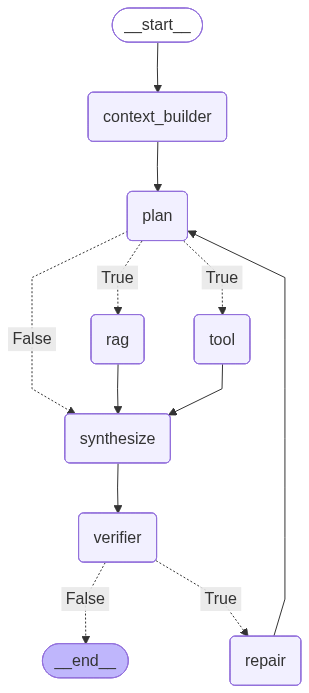
Earlier version of the Mermaid export logging/graphs/agent_graph.png (logansundaram/saturn). Its source is kept beside it as logging/graphs/agent_graph.mmd. Its diagram source:
```mermaid
---
config:
  flowchart:
    curve: linear
---
graph TD;
	__start__([<p>__start__</p>]):::first
	context_builder(context_builder)
	plan(plan)
	rag(rag)
	tool(tool)
	synthesize(synthesize)
	verifier(verifier)
	repair(repair)
	__end__([<p>__end__</p>]):::last
	__start__ --> context_builder;
	context_builder --> plan;
	plan -. &nbsp;True&nbsp; .-> rag;
	plan -. &nbsp;False&nbsp; .-> synthesize;
	plan -. &nbsp;True&nbsp; .-> tool;
	rag --> synthesize;
	repair --> plan;
	synthesize --> verifier;
	tool --> synthesize;
	verifier -. &nbsp;False&nbsp; .-> __end__;
	verifier -. &nbsp;True&nbsp; .-> repair;
	classDef default fill:#f2f0ff,line-height:1.2
	classDef first fill-opacity:0
	classDef last fill:#bfb6fc
```
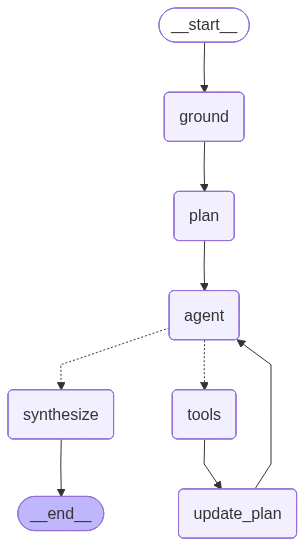
Above is the later version.

Change to the diagram source:
```diff
@@ -5,25 +5,21 @@
 ---
 graph TD;
 	__start__([<p>__start__</p>]):::first
-	context_builder(context_builder)
+	ground(ground)
 	plan(plan)
-	rag(rag)
-	tool(tool)
+	agent(agent)
+	tools(tools)
+	update_plan(update_plan)
 	synthesize(synthesize)
-	verifier(verifier)
-	repair(repair)
 	__end__([<p>__end__</p>]):::last
-	__start__ --> context_builder;
-	context_builder --> plan;
-	plan -. &nbsp;True&nbsp; .-> rag;
-	plan -. &nbsp;False&nbsp; .-> synthesize;
-	plan -. &nbsp;True&nbsp; .-> tool;
-	rag --> synthesize;
-	repair --> plan;
-	synthesize --> verifier;
-	tool --> synthesize;
-	verifier -. &nbsp;False&nbsp; .-> __end__;
-	verifier -. &nbsp;True&nbsp; .-> repair;
+	__start__ --> ground;
+	agent -.-> synthesize;
+	agent -.-> tools;
+	ground --> plan;
+	plan --> agent;
+	tools --> update_plan;
+	update_plan --> agent;
+	synthesize --> __end__;
 	classDef default fill:#f2f0ff,line-height:1.2
 	classDef first fill-opacity:0
 	classDef last fill:#bfb6fc
```
